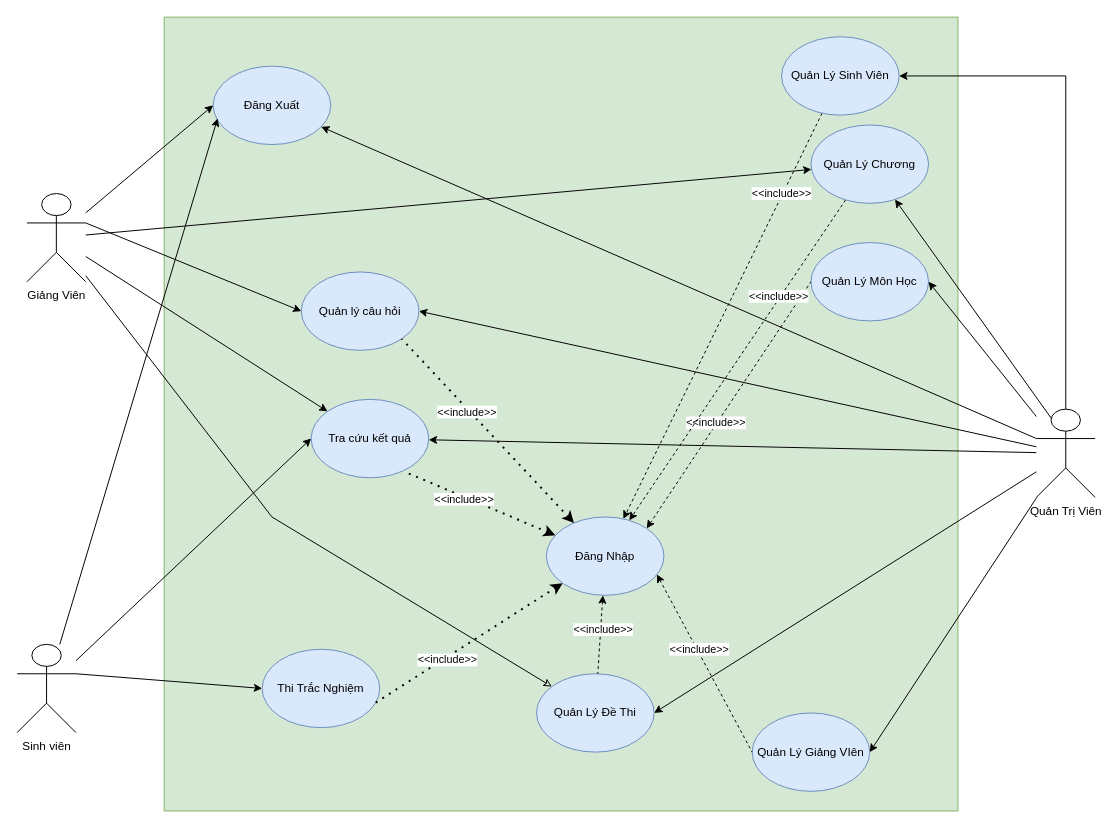
Above: page "Trang-1" (1 of 2) of usecase.drawio in KhaiZeR0/LuyenThiTracNghiem-HDT1 (draw.io), before the change. Source tidied: cells renumbered, new cells numbered last; positions are measured from the earlier drawing's top-left corner, leaving out a move shared by most shapes. Both pictures are drawn from the tidied source at 98%, with x=0, y=0 at pixel (17, 17).
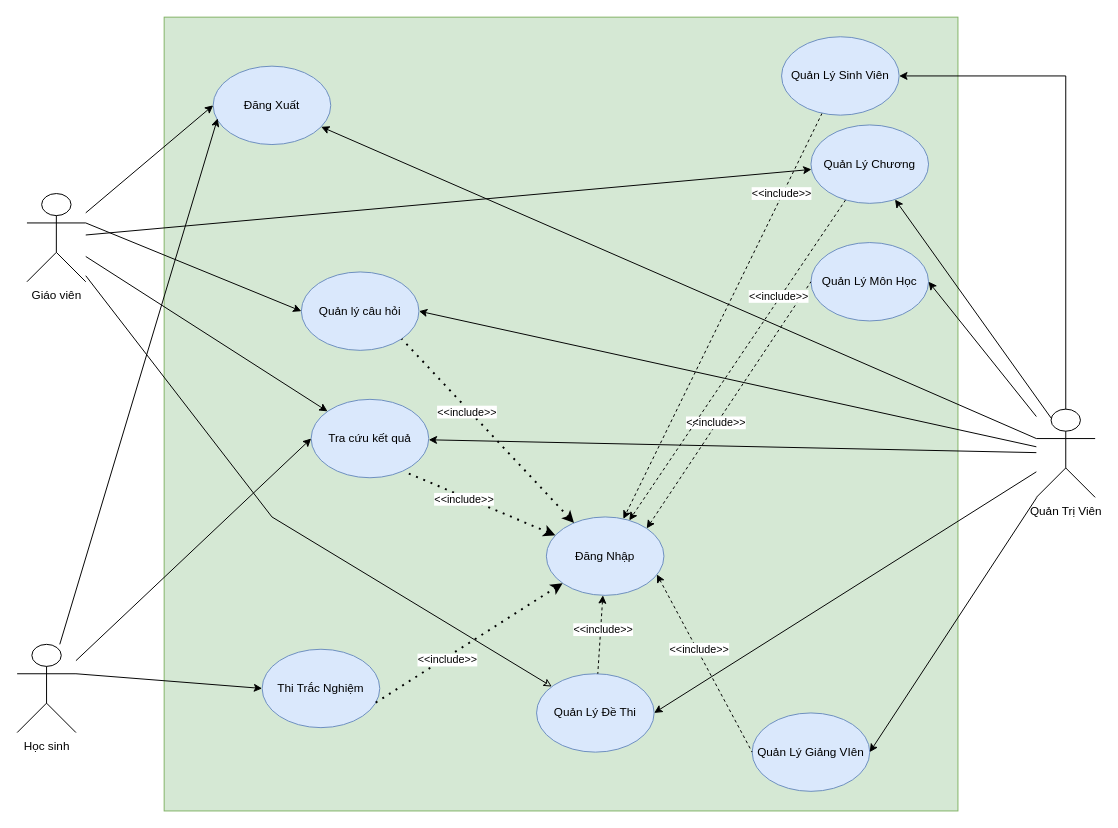
Above is the later version.

Change to the diagram source:
```diff
@@
-    <mxCell id="3" value="Giảng Viên" style="shape=umlActor;verticalLabelPosition=bottom;verticalAlign=top;html=1;outlineConnect=0;" parent="1" vertex="1">
+    <mxCell id="3" value="Giáo viên" style="shape=umlActor;verticalLabelPosition=bottom;verticalAlign=top;html=1;outlineConnect=0;" parent="1" vertex="1">
       <mxGeometry x="10" y="180" width="60" height="90" as="geometry" />
     </mxCell>
-    <mxCell id="4" value="Sinh viên" style="shape=umlActor;verticalLabelPosition=bottom;verticalAlign=top;html=1;outlineConnect=0;" parent="1" vertex="1">
+    <mxCell id="4" value="Học sinh" style="shape=umlActor;verticalLabelPosition=bottom;verticalAlign=top;html=1;outlineConnect=0;" parent="1" vertex="1">
       <mxGeometry y="640" width="60" height="90" as="geometry" />
     </mxCell>
```
